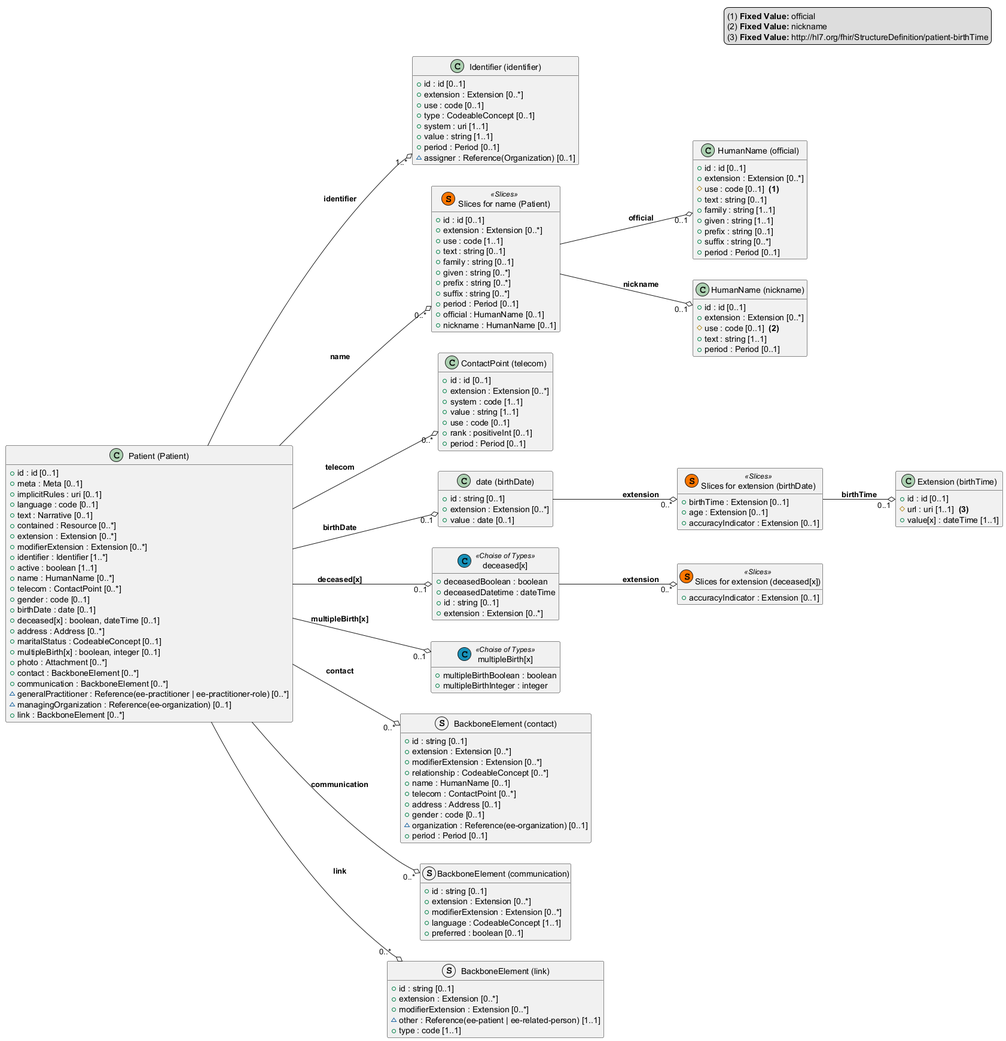
Before: converter/output.png, a diagram exported from PlantUML (SpectreH/fhir-uml-converter).
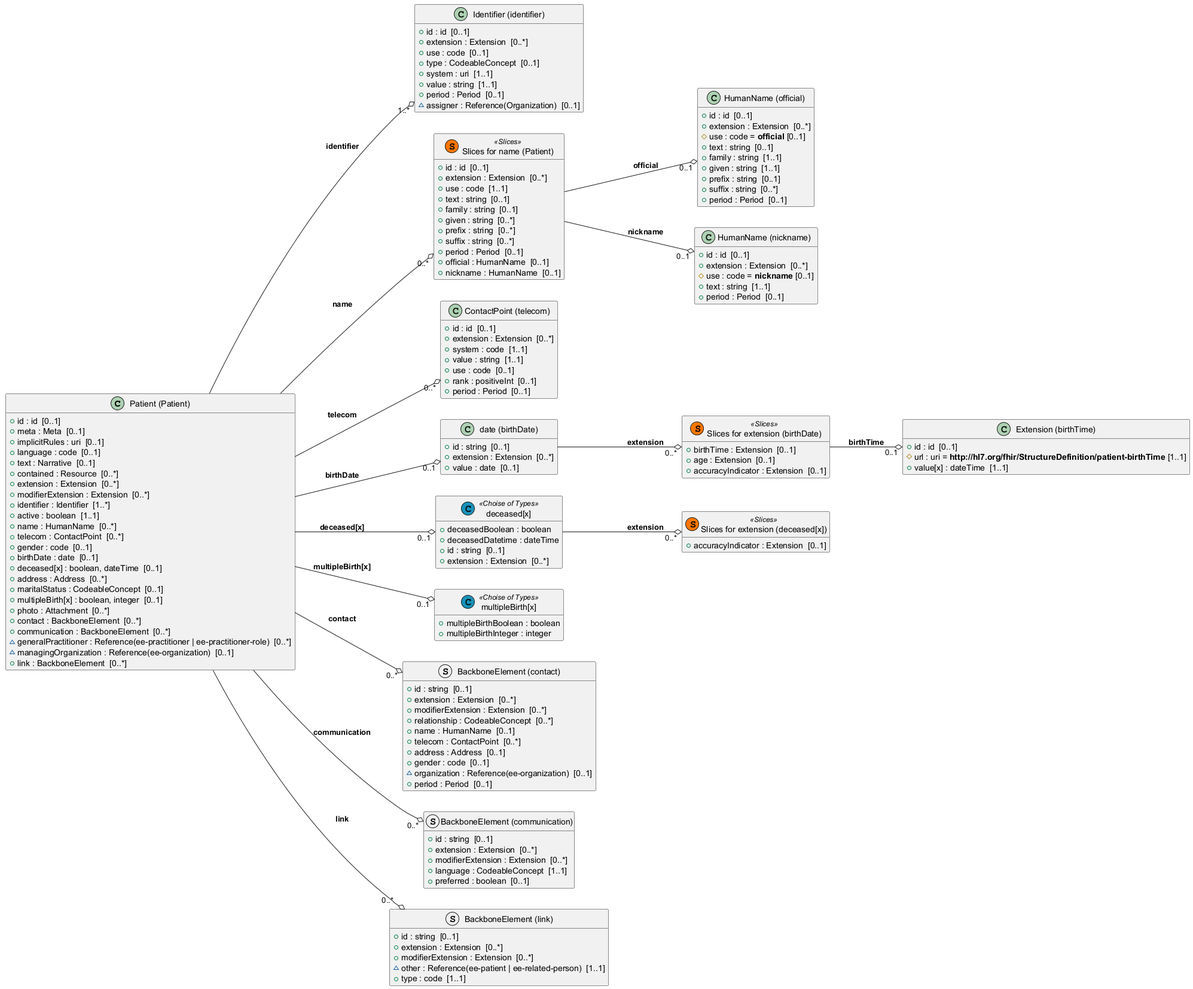
The same diagram one commit later.

The edit, as a diff of the source:
```diff
@@ -4,134 +4,134 @@
 left to right direction
 
 class "Patient (Patient)" {
-	{field} + id : id [0..1]
-	{field} + meta : Meta [0..1]
-	{field} + implicitRules : uri [0..1]
-	{field} + language : code [0..1]
-	{field} + text : Narrative [0..1]
-	{field} + contained : Resource [0..*]
-	{field} + extension : Extension [0..*]
-	{field} + modifierExtension : Extension [0..*]
-	{field} + identifier : Identifier [1..*]
-	{field} + active : boolean [1..1]
-	{field} + name : HumanName [0..*]
-	{field} + telecom : ContactPoint [0..*]
-	{field} + gender : code [0..1]
-	{field} + birthDate : date [0..1]
-	{field} + deceased[x] : boolean, dateTime [0..1]
-	{field} + address : Address [0..*]
-	{field} + maritalStatus : CodeableConcept [0..1]
-	{field} + multipleBirth[x] : boolean, integer [0..1]
-	{field} + photo : Attachment [0..*]
-	{field} + contact : BackboneElement [0..*]
-	{field} + communication : BackboneElement [0..*]
-	{field} ~ generalPractitioner : Reference(ee-practitioner | ee-practitioner-role) [0..*]
-	{field} ~ managingOrganization : Reference(ee-organization) [0..1]
-	{field} + link : BackboneElement [0..*]
+	{field} + id : id  [0..1]
+	{field} + meta : Meta  [0..1]
+	{field} + implicitRules : uri  [0..1]
+	{field} + language : code  [0..1]
+	{field} + text : Narrative  [0..1]
+	{field} + contained : Resource  [0..*]
+	{field} + extension : Extension  [0..*]
+	{field} + modifierExtension : Extension  [0..*]
+	{field} + identifier : Identifier  [1..*]
+	{field} + active : boolean  [1..1]
+	{field} + name : HumanName  [0..*]
+	{field} + telecom : ContactPoint  [0..*]
+	{field} + gender : code  [0..1]
+	{field} + birthDate : date  [0..1]
+	{field} + deceased[x] : boolean, dateTime  [0..1]
+	{field} + address : Address  [0..*]
+	{field} + maritalStatus : CodeableConcept  [0..1]
+	{field} + multipleBirth[x] : boolean, integer  [0..1]
+	{field} + photo : Attachment  [0..*]
+	{field} + contact : BackboneElement  [0..*]
+	{field} + communication : BackboneElement  [0..*]
+	{field} ~ generalPractitioner : Reference(ee-practitioner | ee-practitioner-role)  [0..*]
+	{field} ~ managingOrganization : Reference(ee-organization)  [0..1]
+	{field} + link : BackboneElement  [0..*]
 }
 class "Identifier (identifier)" {
-	{field} + id : id [0..1]
-	{field} + extension : Extension [0..*]
-	{field} + use : code [0..1]
-	{field} + type : CodeableConcept [0..1]
-	{field} + system : uri [1..1]
-	{field} + value : string [1..1]
-	{field} + period : Period [0..1]
-	{field} ~ assigner : Reference(Organization) [0..1]
+	{field} + id : id  [0..1]
+	{field} + extension : Extension  [0..*]
+	{field} + use : code  [0..1]
+	{field} + type : CodeableConcept  [0..1]
+	{field} + system : uri  [1..1]
+	{field} + value : string  [1..1]
+	{field} + period : Period  [0..1]
+	{field} ~ assigner : Reference(Organization)  [0..1]
 }
 class "Slices for name (Patient)"<< (S,#FF7700) Slices >> {
-	{field} + id : id [0..1]
-	{field} + extension : Extension [0..*]
-	{field} + use : code [1..1]
-	{field} + text : string [0..1]
-	{field} + family : string [0..1]
-	{field} + given : string [0..*]
-	{field} + prefix : string [0..*]
-	{field} + suffix : string [0..*]
-	{field} + period : Period [0..1]
-	{field} + official : HumanName [0..1]
-	{field} + nickname : HumanName [0..1]
+	{field} + id : id  [0..1]
+	{field} + extension : Extension  [0..*]
+	{field} + use : code  [1..1]
+	{field} + text : string  [0..1]
+	{field} + family : string  [0..1]
+	{field} + given : string  [0..*]
+	{field} + prefix : string  [0..*]
+	{field} + suffix : string  [0..*]
+	{field} + period : Period  [0..1]
+	{field} + official : HumanName  [0..1]
+	{field} + nickname : HumanName  [0..1]
 }
 class "HumanName (official)" {
-	{field} + id : id [0..1]
-	{field} + extension : Extension [0..*]
-	{field} # use : code [0..1]  **(1)**
-	{field} + text : string [0..1]
-	{field} + family : string [1..1]
-	{field} + given : string [1..1]
-	{field} + prefix : string [0..1]
-	{field} + suffix : string [0..*]
-	{field} + period : Period [0..1]
+	{field} + id : id  [0..1]
+	{field} + extension : Extension  [0..*]
+	{field} # use : code = **official** [0..1]
+	{field} + text : string  [0..1]
+	{field} + family : string  [1..1]
+	{field} + given : string  [1..1]
+	{field} + prefix : string  [0..1]
+	{field} + suffix : string  [0..*]
+	{field} + period : Period  [0..1]
 }
 class "HumanName (nickname)" {
-	{field} + id : id [0..1]
-	{field} + extension : Extension [0..*]
-	{field} # use : code [0..1]  **(2)**
-	{field} + text : string [1..1]
-	{field} + period : Period [0..1]
+	{field} + id : id  [0..1]
+	{field} + extension : Extension  [0..*]
+	{field} # use : code = **nickname** [0..1]
+	{field} + text : string  [1..1]
+	{field} + period : Period  [0..1]
 }
 class "ContactPoint (telecom)" {
-	{field} + id : id [0..1]
-	{field} + extension : Extension [0..*]
-	{field} + system : code [1..1]
-	{field} + value : string [1..1]
-	{field} + use : code [0..1]
-	{field} + rank : positiveInt [0..1]
-	{field} + period : Period [0..1]
+	{field} + id : id  [0..1]
+	{field} + extension : Extension  [0..*]
+	{field} + system : code  [1..1]
+	{field} + value : string  [1..1]
+	{field} + use : code  [0..1]
+	{field} + rank : positiveInt  [0..1]
+	{field} + period : Period  [0..1]
 }
 class "date (birthDate)" {
-	{field} + id : string [0..1]
-	{field} + extension : Extension [0..*]
-	{field} + value : date [0..1]
+	{field} + id : string  [0..1]
+	{field} + extension : Extension  [0..*]
+	{field} + value : date  [0..1]
 }
 class "Slices for extension (birthDate)"<< (S,#FF7700) Slices >> {
-	{field} + birthTime : Extension [0..1]
-	{field} + age : Extension [0..1]
-	{field} + accuracyIndicator : Extension [0..1]
+	{field} + birthTime : Extension  [0..1]
+	{field} + age : Extension  [0..1]
+	{field} + accuracyIndicator : Extension  [0..1]
 }
 class "Extension (birthTime)" {
-	{field} + id : id [0..1]
-	{field} # url : uri [1..1]  **(3)**
-	{field} + value[x] : dateTime [1..1]
+	{field} + id : id  [0..1]
+	{field} # url : uri = **http://hl7.org/fhir/StructureDefinition/patient-birthTime** [1..1]
+	{field} + value[x] : dateTime  [1..1]
 }
 class "deceased[x]"<< (C,#1892ba) Choise of Types >> {
 	{field} + deceasedBoolean : boolean
 	{field} + deceasedDatetime : dateTime
-	{field} + id : string [0..1]
-	{field} + extension : Extension [0..*]
+	{field} + id : string  [0..1]
+	{field} + extension : Extension  [0..*]
 }
 class "Slices for extension (deceased[x])"<< (S,#FF7700) Slices >> {
-	{field} + accuracyIndicator : Extension [0..1]
+	{field} + accuracyIndicator : Extension  [0..1]
 }
 class "multipleBirth[x]"<< (C,#1892ba) Choise of Types >> {
 	{field} + multipleBirthBoolean : boolean
 	{field} + multipleBirthInteger : integer
 }
 struct "BackboneElement (contact)" {
-	{field} + id : string [0..1]
-	{field} + extension : Extension [0..*]
-	{field} + modifierExtension : Extension [0..*]
-	{field} + relationship : CodeableConcept [0..*]
-	{field} + name : HumanName [0..1]
-	{field} + telecom : ContactPoint [0..*]
-	{field} + address : Address [0..1]
-	{field} + gender : code [0..1]
-	{field} ~ organization : Reference(ee-organization) [0..1]
-	{field} + period : Period [0..1]
+	{field} + id : string  [0..1]
+	{field} + extension : Extension  [0..*]
+	{field} + modifierExtension : Extension  [0..*]
+	{field} + relationship : CodeableConcept  [0..*]
+	{field} + name : HumanName  [0..1]
+	{field} + telecom : ContactPoint  [0..*]
+	{field} + address : Address  [0..1]
+	{field} + gender : code  [0..1]
+	{field} ~ organization : Reference(ee-organization)  [0..1]
+	{field} + period : Period  [0..1]
 }
 struct "BackboneElement (communication)" {
-	{field} + id : string [0..1]
-	{field} + extension : Extension [0..*]
-	{field} + modifierExtension : Extension [0..*]
-	{field} + language : CodeableConcept [1..1]
-	{field} + preferred : boolean [0..1]
+	{field} + id : string  [0..1]
+	{field} + extension : Extension  [0..*]
+	{field} + modifierExtension : Extension  [0..*]
+	{field} + language : CodeableConcept  [1..1]
+	{field} + preferred : boolean  [0..1]
 }
 struct "BackboneElement (link)" {
-	{field} + id : string [0..1]
-	{field} + extension : Extension [0..*]
-	{field} + modifierExtension : Extension [0..*]
-	{field} ~ other : Reference(ee-patient | ee-related-person) [1..1]
-	{field} + type : code [1..1]
+	{field} + id : string  [0..1]
+	{field} + extension : Extension  [0..*]
+	{field} + modifierExtension : Extension  [0..*]
+	{field} ~ other : Reference(ee-patient | ee-related-person)  [1..1]
+	{field} + type : code  [1..1]
 }
 "Patient (Patient)" --o "1..*" "Identifier (identifier)" : **identifier**
 "Patient (Patient)" --o "0..*" "Slices for name (Patient)" : **name**
@@ -147,9 +147,4 @@
 "Patient (Patient)" --o "0..*" "BackboneElement (contact)" : **contact**
 "Patient (Patient)" --o "0..*" "BackboneElement (communication)" : **communication**
 "Patient (Patient)" --o "0..*" "BackboneElement (link)" : **link**
-legend top right
-(1) **Fixed Value:** official
-(2) **Fixed Value:** nickname
-(3) **Fixed Value:** http://hl7.org/fhir/StructureDefinition/patient-birthTime
-end legend
 @enduml
```
